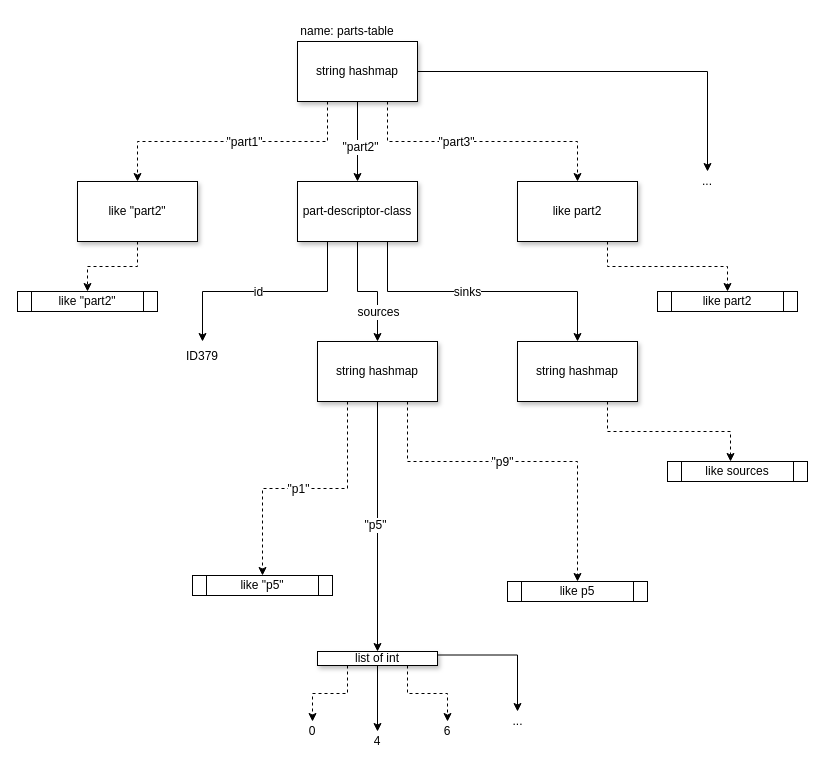
The draw.io diagram docs/js emitter hashtables.drawio in bmfbp/bmfbp, before the edit. Source tidied: cells renumbered, new cells numbered last; positions are measured from the earlier drawing's top-left corner, leaving out a move shared by most shapes. Both pictures are drawn from the tidied source at 100%, with x=0, y=0 at pixel (17, 21).
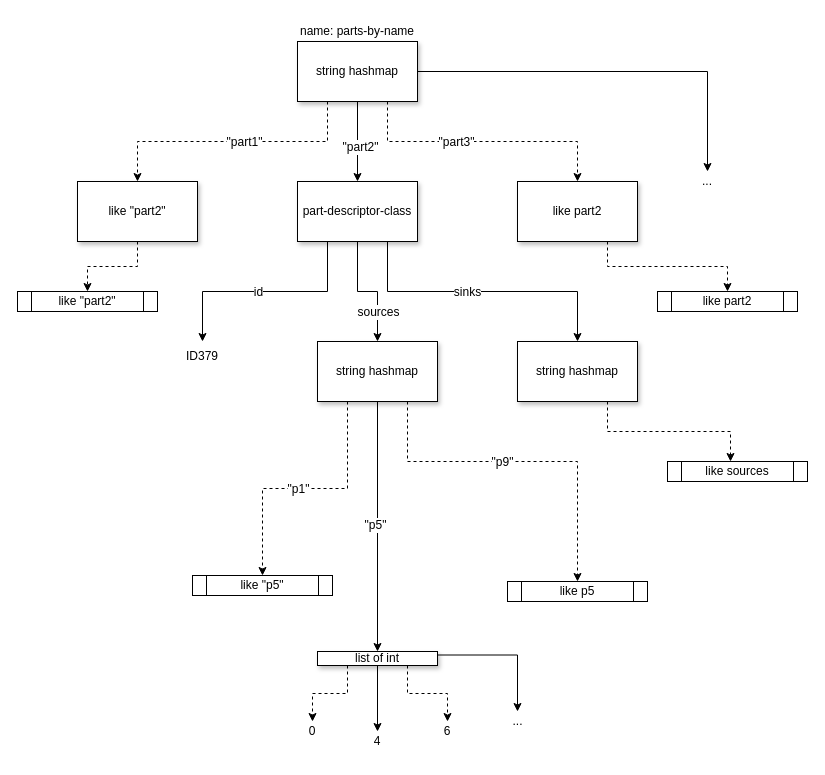
Above is the later version.

What changed in the source:
```diff
@@
-    <mxCell id="37" value="name: parts-table" style="text;html=1;strokeColor=none;fillColor=none;align=center;verticalAlign=middle;whiteSpace=wrap;rounded=0;shadow=1;" parent="1" vertex="1">
-      <mxGeometry x="280" width="100" height="20" as="geometry" />
+    <mxCell id="37" value="name: parts-by-name" style="text;html=1;strokeColor=none;fillColor=none;align=center;verticalAlign=middle;whiteSpace=wrap;rounded=0;shadow=1;" parent="1" vertex="1">
+      <mxGeometry x="280" width="120" height="20" as="geometry" />
     </mxCell>
```
